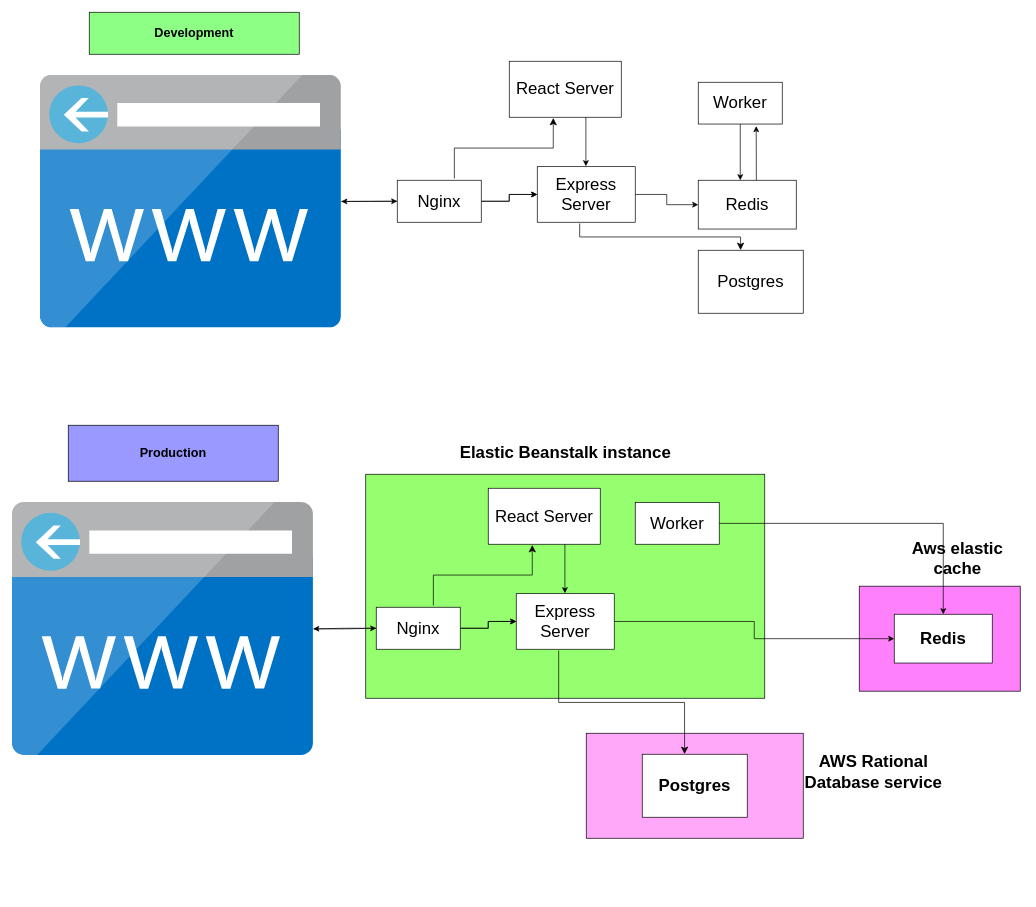
The draw.io diagram page "production" (13 of 13) of Untitled Diagram.drawio in hephaestus88/docker, before the edit. Source tidied: cells renumbered, new cells numbered last; positions are measured from the earlier drawing's top-left corner, leaving out a move shared by most shapes. Both pictures are drawn from the tidied source at 70%, with x=0, y=0 at pixel (12, 12).
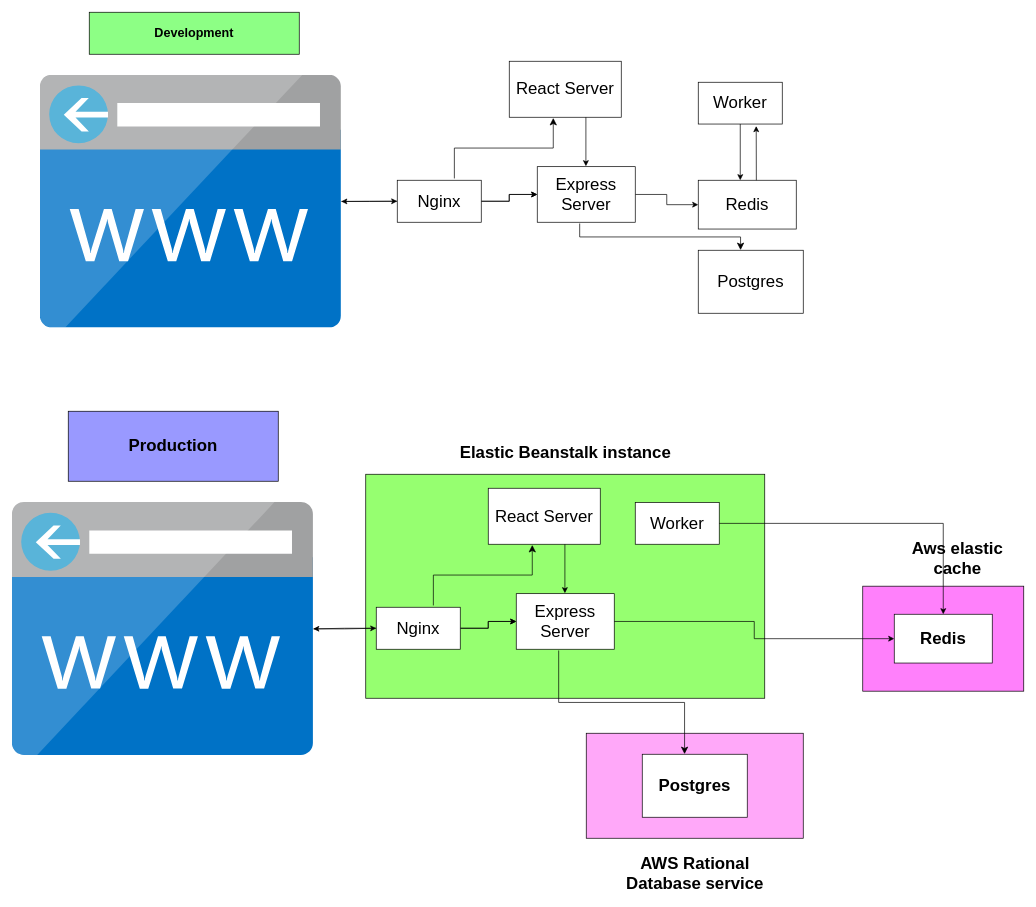
The same page after the edit.

Commit message:
production-env

Diff of the diagram source:
```diff
@@
-    <mxCell id="21" value="&lt;font style=&quot;font-size: 18px;&quot;&gt;&lt;b&gt;Production&lt;/b&gt;&lt;/font&gt;" style="rounded=0;whiteSpace=wrap;html=1;fillColor=#9999FF;" parent="1" vertex="1">
-      <mxGeometry x="80" y="590" width="300" height="80" as="geometry" />
+    <mxCell id="21" value="&lt;font style=&quot;font-size: 24px;&quot;&gt;&lt;b style=&quot;&quot;&gt;Production&lt;/b&gt;&lt;/font&gt;" style="rounded=0;whiteSpace=wrap;html=1;fillColor=#9999FF;" parent="1" vertex="1">
+      <mxGeometry x="80" y="570" width="300" height="100" as="geometry" />
     </mxCell>
@@
     <mxCell id="36" style="rounded=0;whiteSpace=wrap;html=1;fillColor=#FF80FB;" parent="1" vertex="1">
-      <mxGeometry x="1210" y="819.9" width="230" height="150" as="geometry" />
+      <mxGeometry x="1215" y="819.9" width="230" height="150" as="geometry" />
     </mxCell>
@@
     <mxCell id="39" value="AWS Rational &lt;br&gt;Database service" style="text;strokeColor=none;fillColor=none;html=1;fontSize=24;fontStyle=1;verticalAlign=middle;align=center;" parent="1" vertex="1">
-      <mxGeometry x="1180" y="1065" width="100" height="40" as="geometry" />
+      <mxGeometry x="925" y="1200" width="100" height="60" as="geometry" />
     </mxCell>
```
